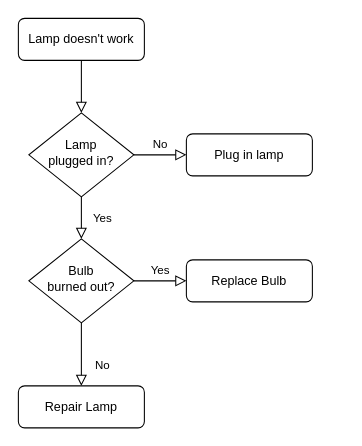
The draw.io diagram 未命名绘图.drawio in zhengwenhao07/draw.io, before the edit. Source tidied: cells renumbered, new cells numbered last; positions are measured from the earlier drawing's top-left corner, leaving out a move shared by most shapes. Both pictures are drawn from the tidied source at 105%, with x=0, y=0 at pixel (18, 18).
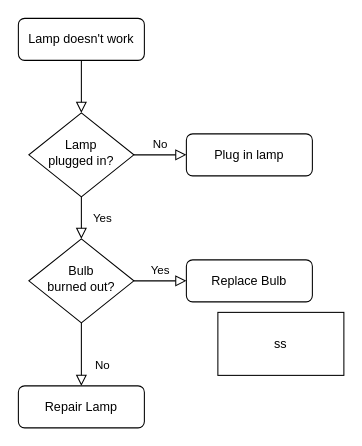
After the change.

Commit message:
渝快政接入门户流程图.drawio

The edit, as a diff of the source:
```diff
@@
 <mxGraphModel>
   <root>
     <mxCell id="0" />
     <mxCell id="1" parent="0" />
     <mxCell id="2" style="rounded=0;html=1;jettySize=auto;fontSize=11;endArrow=block;endFill=0;endSize=8;strokeWidth=1;shadow=0;labelBackgroundColor=none;edgeStyle=orthogonalEdgeStyle;" parent="1" edge="1" source="3" target="6">
       <mxGeometry relative="1" as="geometry" />
     </mxCell>
     <mxCell id="3" value="Lamp doesn't work" style="rounded=1;whiteSpace=wrap;html=1;fontSize=12;glass=0;strokeWidth=1;shadow=0;" parent="1" vertex="1">
       <mxGeometry width="120" height="40" as="geometry" />
     </mxCell>
     <mxCell id="4" value="Yes" style="rounded=0;html=1;jettySize=auto;fontSize=11;endArrow=block;endFill=0;endSize=8;strokeWidth=1;shadow=0;labelBackgroundColor=none;edgeStyle=orthogonalEdgeStyle;" parent="1" edge="1" source="6" target="10">
       <mxGeometry y="20" relative="1" as="geometry" />
     </mxCell>
     <mxCell id="5" value="No" style="edgeStyle=orthogonalEdgeStyle;rounded=0;html=1;jettySize=auto;fontSize=11;endArrow=block;endFill=0;endSize=8;strokeWidth=1;shadow=0;labelBackgroundColor=none;" parent="1" edge="1" source="6" target="7">
       <mxGeometry y="10" relative="1" as="geometry" />
     </mxCell>
     <mxCell id="6" value="Lamp&lt;br&gt;plugged in?" style="rhombus;whiteSpace=wrap;html=1;shadow=0;fontFamily=Helvetica;fontSize=12;align=center;strokeWidth=1;spacing=6;spacingTop=-4;" parent="1" vertex="1">
       <mxGeometry x="10" y="90" width="100" height="80" as="geometry" />
     </mxCell>
     <mxCell id="7" value="Plug in lamp" style="rounded=1;whiteSpace=wrap;html=1;fontSize=12;glass=0;strokeWidth=1;shadow=0;" parent="1" vertex="1">
       <mxGeometry x="160" y="110" width="120" height="40" as="geometry" />
     </mxCell>
     <mxCell id="8" value="No" style="rounded=0;html=1;jettySize=auto;fontSize=11;endArrow=block;endFill=0;endSize=8;strokeWidth=1;shadow=0;labelBackgroundColor=none;edgeStyle=orthogonalEdgeStyle;" parent="1" edge="1" source="10" target="11">
       <mxGeometry x="0.33" y="20" relative="1" as="geometry" />
     </mxCell>
     <mxCell id="9" value="Yes" style="edgeStyle=orthogonalEdgeStyle;rounded=0;html=1;jettySize=auto;fontSize=11;endArrow=block;endFill=0;endSize=8;strokeWidth=1;shadow=0;labelBackgroundColor=none;" parent="1" edge="1" source="10" target="12">
       <mxGeometry y="10" relative="1" as="geometry" />
     </mxCell>
     <mxCell id="10" value="Bulb&lt;br&gt;burned out?" style="rhombus;whiteSpace=wrap;html=1;shadow=0;fontFamily=Helvetica;fontSize=12;align=center;strokeWidth=1;spacing=6;spacingTop=-4;" parent="1" vertex="1">
       <mxGeometry x="10" y="210" width="100" height="80" as="geometry" />
     </mxCell>
     <mxCell id="11" value="Repair Lamp" style="rounded=1;whiteSpace=wrap;html=1;fontSize=12;glass=0;strokeWidth=1;shadow=0;" parent="1" vertex="1">
       <mxGeometry y="350" width="120" height="40" as="geometry" />
     </mxCell>
     <mxCell id="12" value="Replace Bulb" style="rounded=1;whiteSpace=wrap;html=1;fontSize=12;glass=0;strokeWidth=1;shadow=0;" parent="1" vertex="1">
       <mxGeometry x="160" y="230" width="120" height="40" as="geometry" />
     </mxCell>
+    <mxCell id="13" value="ss" style="whiteSpace=wrap;html=1;" parent="1" vertex="1">
+      <mxGeometry x="190" y="280" width="120" height="60" as="geometry" />
+    </mxCell>
   </root>
 </mxGraphModel>
```
